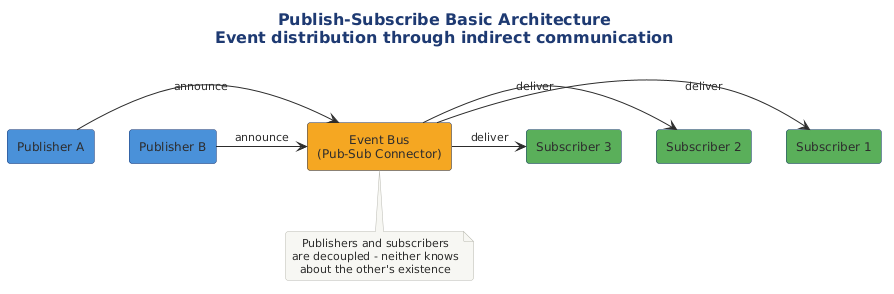
Before: src/architecture/views-and-beyond/style-catalogs/component-and-connector/publish-subscribe-style/png/basic-arch-event-dist-indirect-communication.png, a diagram exported from PlantUML (Notoriousjayy/latex-docs).
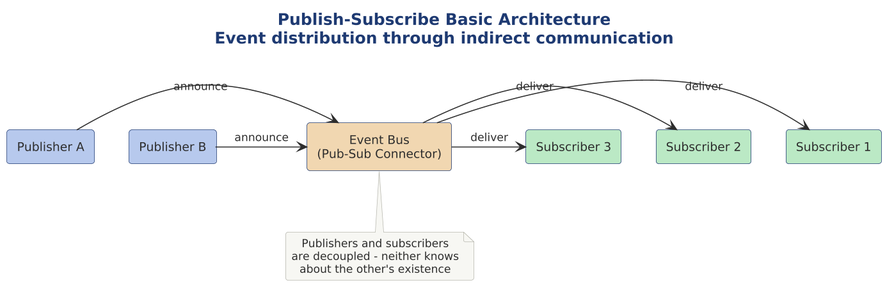
The same diagram one commit later.

Diff of the diagram source:
```diff
@@ -1,17 +1,22 @@
 @startuml
+
+skinparam dpi 150
+
+
+
 
 title Publish-Subscribe Basic Architecture\nEvent distribution through indirect communication
 
 !include ../../../../../../tooling/styles/plantuml/structural/component-diagram-style.iuml
 
-component "Publisher A" as PA #4A90D9
-component "Publisher B" as PB #4A90D9
+component "Publisher A" as PA $deep_primary
+component "Publisher B" as PB $deep_primary
 
-component "Event Bus\n(Pub-Sub Connector)" as EB #F5A623
+component "Event Bus\n(Pub-Sub Connector)" as EB $deep_caution
 
-component "Subscriber 1" as S1 #5BAE5B
-component "Subscriber 2" as S2 #5BAE5B
-component "Subscriber 3" as S3 #5BAE5B
+component "Subscriber 1" as S1 $deep_ok
+component "Subscriber 2" as S2 $deep_ok
+component "Subscriber 3" as S3 $deep_ok
 
 PA -right-> EB : announce
 PB -right-> EB : announce
```
